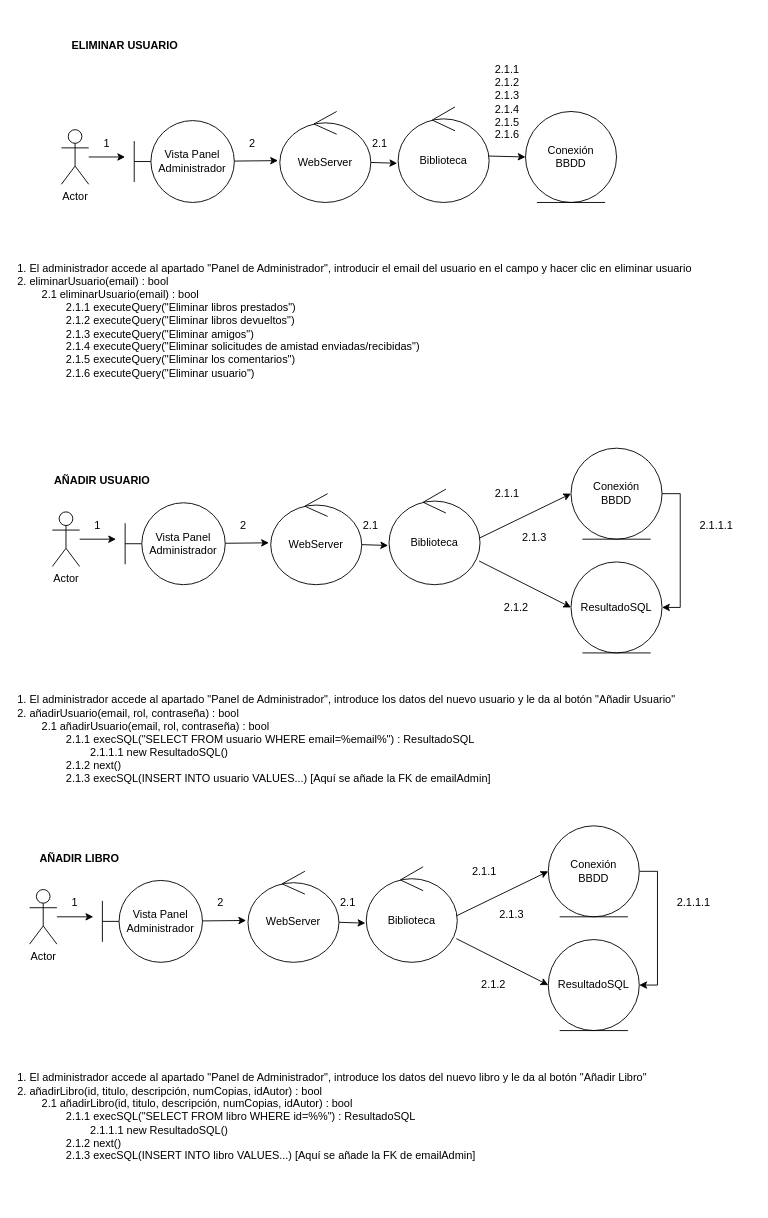
Adrimr7/ADSI23_biblioteca_e3scape keeps this draw.io diagram as diagComunicacion/administrador/DiagramaDeComunicacion.drawio. Above is the earlier version. Source tidied: cells renumbered, new cells numbered last; positions are measured from the earlier drawing's top-left corner, leaving out a move shared by most shapes. Both pictures are drawn from the tidied source at 91%, with x=0, y=0 at pixel (15, 15).
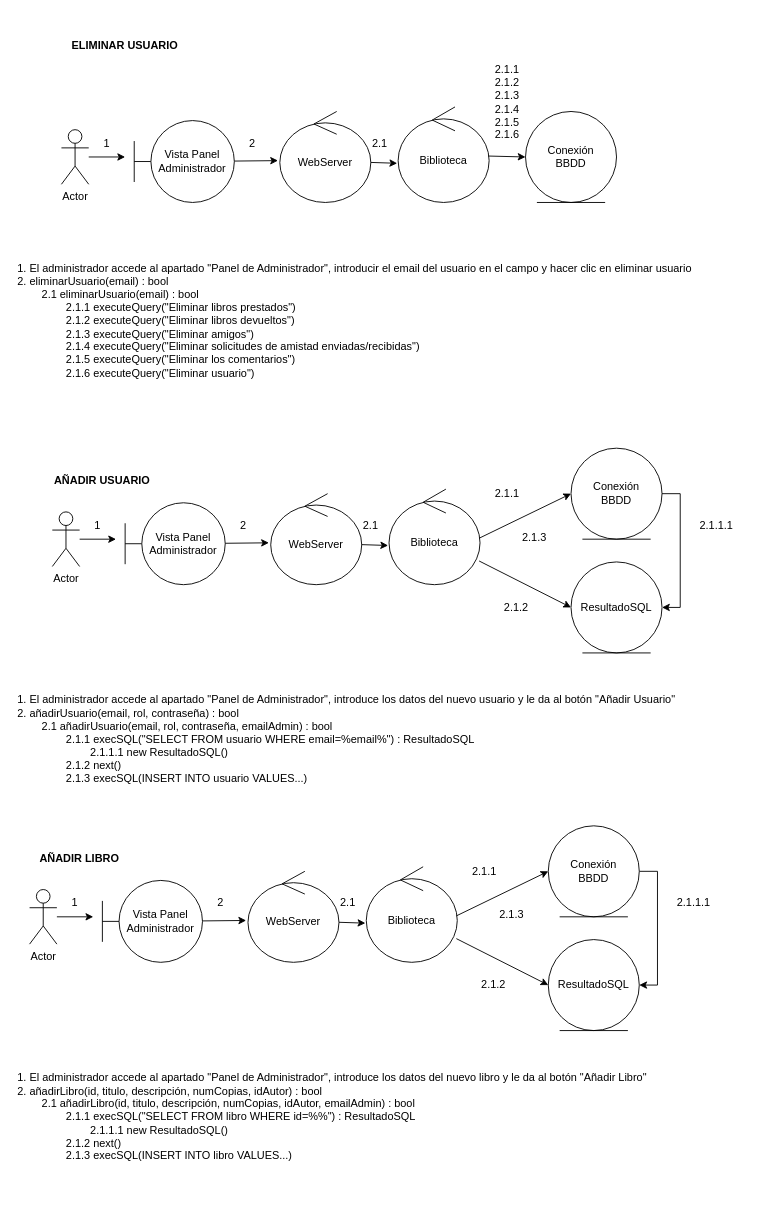
The same page after the edit.

What changed in the source:
```diff
@@
-    <mxCell id="31" value="1. El administrador accede al apartado &quot;Panel de Administrador&quot;, introduce los datos del nuevo usuario y le da al botón &quot;Añadir Usuario&quot;&lt;br&gt;2. añadirUsuario(email, rol, contraseña) : bool&lt;br&gt;&lt;span style=&quot;white-space: pre;&quot;&gt;&#9;&lt;/span&gt;2.1 añadirUsuario(email, rol, contraseña) : bool&lt;br&gt;&lt;span style=&quot;white-space: pre;&quot;&gt;&#9;&lt;/span&gt;&lt;span style=&quot;white-space: pre;&quot;&gt;&#9;&lt;/span&gt;2.1.1 execSQL(&quot;SELECT FROM usuario WHERE email=%email%&quot;) : ResultadoSQL&lt;br&gt;&lt;span style=&quot;white-space: pre;&quot;&gt;&#9;&lt;span style=&quot;white-space: pre;&quot;&gt;&#9;&lt;span style=&quot;white-space: pre;&quot;&gt;&#9;&lt;/span&gt;2&lt;/span&gt;.&lt;/span&gt;1.1.1 new ResultadoSQL()&lt;br&gt;&lt;span style=&quot;white-space: pre;&quot;&gt;&#9;&lt;/span&gt;&lt;span style=&quot;white-space: pre;&quot;&gt;&#9;&lt;/span&gt;2.1.2 next()&lt;br&gt;&lt;span style=&quot;white-space: pre;&quot;&gt;&#9;&lt;span style=&quot;white-space: pre;&quot;&gt;&#9;&lt;/span&gt;&lt;/span&gt;2.1.3 execSQL(INSERT INTO usuario VALUES...) [Aquí se añade la FK de emailAdmin]" style="text;html=1;strokeColor=none;fillColor=none;align=left;verticalAlign=middle;whiteSpace=wrap;rounded=0;" parent="1" vertex="1">
+    <mxCell id="31" value="1. El administrador accede al apartado &quot;Panel de Administrador&quot;, introduce los datos del nuevo usuario y le da al botón &quot;Añadir Usuario&quot;&lt;br&gt;2. añadirUsuario(email, rol, contraseña) : bool&lt;br&gt;&lt;span style=&quot;white-space: pre;&quot;&gt;&#9;&lt;/span&gt;2.1 añadirUsuario(email, rol, contraseña, emailAdmin) : bool&lt;br&gt;&lt;span style=&quot;white-space: pre;&quot;&gt;&#9;&lt;/span&gt;&lt;span style=&quot;white-space: pre;&quot;&gt;&#9;&lt;/span&gt;2.1.1 execSQL(&quot;SELECT FROM usuario WHERE email=%email%&quot;) : ResultadoSQL&lt;br&gt;&lt;span style=&quot;white-space: pre;&quot;&gt;&#9;&lt;span style=&quot;white-space: pre;&quot;&gt;&#9;&lt;span style=&quot;white-space: pre;&quot;&gt;&#9;&lt;/span&gt;2&lt;/span&gt;.&lt;/span&gt;1.1.1 new ResultadoSQL()&lt;br&gt;&lt;span style=&quot;white-space: pre;&quot;&gt;&#9;&lt;/span&gt;&lt;span style=&quot;white-space: pre;&quot;&gt;&#9;&lt;/span&gt;2.1.2 next()&lt;br&gt;&lt;span style=&quot;white-space: pre;&quot;&gt;&#9;&lt;span style=&quot;white-space: pre;&quot;&gt;&#9;&lt;/span&gt;&lt;/span&gt;2.1.3 execSQL(INSERT INTO usuario VALUES...)" style="text;html=1;strokeColor=none;fillColor=none;align=left;verticalAlign=middle;whiteSpace=wrap;rounded=0;" parent="1" vertex="1">
       <mxGeometry y="700" width="810" height="190" as="geometry" />
     </mxCell>
@@
-    <mxCell id="58" value="1. El administrador accede al apartado &quot;Panel de Administrador&quot;, introduce los datos del nuevo libro y le da al botón &quot;Añadir Libro&quot;&lt;br&gt;2. añadirLibro(id, titulo, descripción, numCopias, idAutor) : bool&lt;br&gt;&lt;span style=&quot;white-space: pre;&quot;&gt;&#9;&lt;/span&gt;2.1 añadirLibro(id, titulo, descripción, numCopias, idAutor) : bool&lt;br&gt;&lt;span style=&quot;&quot;&gt;&lt;span style=&quot;white-space: pre;&quot;&gt;&amp;nbsp;&amp;nbsp;&amp;nbsp;&amp;nbsp;&lt;/span&gt;&lt;/span&gt;&lt;span style=&quot;&quot;&gt;&lt;span style=&quot;white-space: pre;&quot;&gt;&amp;nbsp;&amp;nbsp;&amp;nbsp;&amp;nbsp;&lt;span style=&quot;white-space: pre;&quot;&gt;&#9;&lt;/span&gt;&lt;/span&gt;&lt;/span&gt;2.1.1 execSQL(&quot;SELECT FROM libro WHERE id=%%&quot;) : ResultadoSQL&lt;br&gt;&lt;span style=&quot;&quot;&gt;&lt;span style=&quot;white-space: pre;&quot;&gt;&amp;nbsp;&amp;nbsp;&amp;nbsp;&amp;nbsp;&lt;/span&gt;&lt;span style=&quot;&quot;&gt;&lt;span style=&quot;white-space: pre;&quot;&gt;&amp;nbsp;&amp;nbsp;&amp;nbsp;&amp;nbsp;&lt;/span&gt;&lt;span style=&quot;&quot;&gt;&lt;span style=&quot;white-space: pre;&quot;&gt;&amp;nbsp;&amp;nbsp;&amp;nbsp;&amp;nbsp;    &lt;span style=&quot;white-space: pre;&quot;&gt;&#9;&lt;/span&gt;&lt;/span&gt;&lt;/span&gt;2&lt;/span&gt;.&lt;/span&gt;1.1.1 new ResultadoSQL()&lt;br&gt;&lt;span style=&quot;&quot;&gt;&lt;span style=&quot;white-space: pre;&quot;&gt;&amp;nbsp;&amp;nbsp;&amp;nbsp;&amp;nbsp;&lt;/span&gt;&lt;/span&gt;&lt;span style=&quot;&quot;&gt;&lt;span style=&quot;white-space: pre;&quot;&gt;&amp;nbsp;&amp;nbsp;&amp;nbsp;&amp;nbsp;&lt;span style=&quot;white-space: pre;&quot;&gt;&#9;&lt;/span&gt;&lt;/span&gt;&lt;/span&gt;2.1.2 next()&lt;br&gt;&lt;span style=&quot;&quot;&gt;&lt;span style=&quot;white-space: pre;&quot;&gt;&amp;nbsp;&amp;nbsp;&amp;nbsp;&amp;nbsp;&lt;/span&gt;&lt;span style=&quot;&quot;&gt;&lt;span style=&quot;white-space: pre;&quot;&gt;&amp;nbsp;&amp;nbsp;&amp;nbsp;&amp;nbsp;&lt;span style=&quot;white-space: pre;&quot;&gt;&#9;&lt;/span&gt;&lt;/span&gt;&lt;/span&gt;&lt;/span&gt;2.1.3 execSQL(INSERT INTO libro VALUES...) [Aquí se añade la FK de emailAdmin]" style="text;html=1;strokeColor=none;fillColor=none;align=left;verticalAlign=middle;whiteSpace=wrap;rounded=0;" parent="1" vertex="1">
+    <mxCell id="58" value="1. El administrador accede al apartado &quot;Panel de Administrador&quot;, introduce los datos del nuevo libro y le da al botón &quot;Añadir Libro&quot;&lt;br&gt;2. añadirLibro(id, titulo, descripción, numCopias, idAutor) : bool&lt;br&gt;&lt;span style=&quot;white-space: pre;&quot;&gt;&#9;&lt;/span&gt;2.1 añadirLibro(id, titulo, descripción, numCopias, idAutor, emailAdmin) : bool&lt;br&gt;&lt;span style=&quot;&quot;&gt;&lt;span style=&quot;white-space: pre;&quot;&gt;&amp;nbsp;&amp;nbsp;&amp;nbsp;&amp;nbsp;&lt;/span&gt;&lt;/span&gt;&lt;span style=&quot;&quot;&gt;&lt;span style=&quot;white-space: pre;&quot;&gt;&amp;nbsp;&amp;nbsp;&amp;nbsp;&amp;nbsp;&lt;span style=&quot;white-space: pre;&quot;&gt;&#9;&lt;/span&gt;&lt;/span&gt;&lt;/span&gt;2.1.1 execSQL(&quot;SELECT FROM libro WHERE id=%%&quot;) : ResultadoSQL&lt;br&gt;&lt;span style=&quot;&quot;&gt;&lt;span style=&quot;white-space: pre;&quot;&gt;&amp;nbsp;&amp;nbsp;&amp;nbsp;&amp;nbsp;&lt;/span&gt;&lt;span style=&quot;&quot;&gt;&lt;span style=&quot;white-space: pre;&quot;&gt;&amp;nbsp;&amp;nbsp;&amp;nbsp;&amp;nbsp;&lt;/span&gt;&lt;span style=&quot;&quot;&gt;&lt;span style=&quot;white-space: pre;&quot;&gt;&amp;nbsp;&amp;nbsp;&amp;nbsp;&amp;nbsp;    &lt;span style=&quot;white-space: pre;&quot;&gt;&#9;&lt;/span&gt;&lt;/span&gt;&lt;/span&gt;2&lt;/span&gt;.&lt;/span&gt;1.1.1 new ResultadoSQL()&lt;br&gt;&lt;span style=&quot;&quot;&gt;&lt;span style=&quot;white-space: pre;&quot;&gt;&amp;nbsp;&amp;nbsp;&amp;nbsp;&amp;nbsp;&lt;/span&gt;&lt;/span&gt;&lt;span style=&quot;&quot;&gt;&lt;span style=&quot;white-space: pre;&quot;&gt;&amp;nbsp;&amp;nbsp;&amp;nbsp;&amp;nbsp;&lt;span style=&quot;white-space: pre;&quot;&gt;&#9;&lt;/span&gt;&lt;/span&gt;&lt;/span&gt;2.1.2 next()&lt;br&gt;&lt;span style=&quot;&quot;&gt;&lt;span style=&quot;white-space: pre;&quot;&gt;&amp;nbsp;&amp;nbsp;&amp;nbsp;&amp;nbsp;&lt;/span&gt;&lt;span style=&quot;&quot;&gt;&lt;span style=&quot;white-space: pre;&quot;&gt;&amp;nbsp;&amp;nbsp;&amp;nbsp;&amp;nbsp;&lt;span style=&quot;white-space: pre;&quot;&gt;&#9;&lt;/span&gt;&lt;/span&gt;&lt;/span&gt;&lt;/span&gt;2.1.3 execSQL(INSERT INTO libro VALUES...)&amp;nbsp;" style="text;html=1;strokeColor=none;fillColor=none;align=left;verticalAlign=middle;whiteSpace=wrap;rounded=0;" parent="1" vertex="1">
       <mxGeometry y="1115" width="810" height="190" as="geometry" />
     </mxCell>
```
